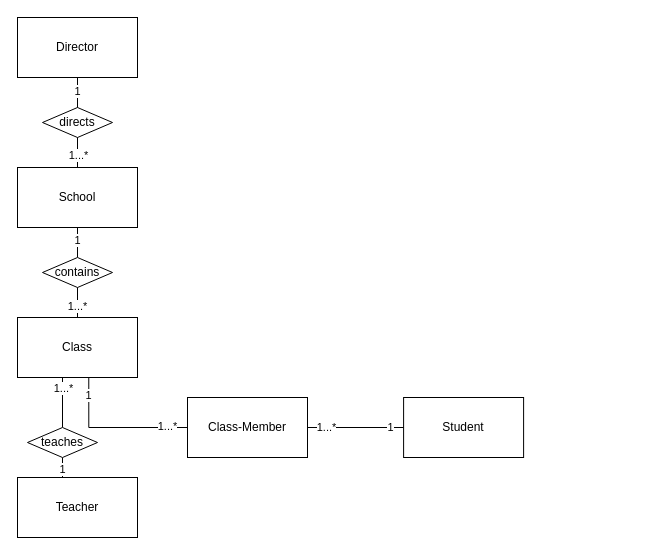
The draw.io diagram school-modules/m153/preparation/school-db/school-erm.drawio in lazarpe/technische-berufsschule-zurich, before the edit. Source tidied: cells renumbered, new cells numbered last; positions are measured from the earlier drawing's top-left corner, leaving out a move shared by most shapes. Both pictures are drawn from the tidied source at 100%, with x=0, y=0 at pixel (17, 17).
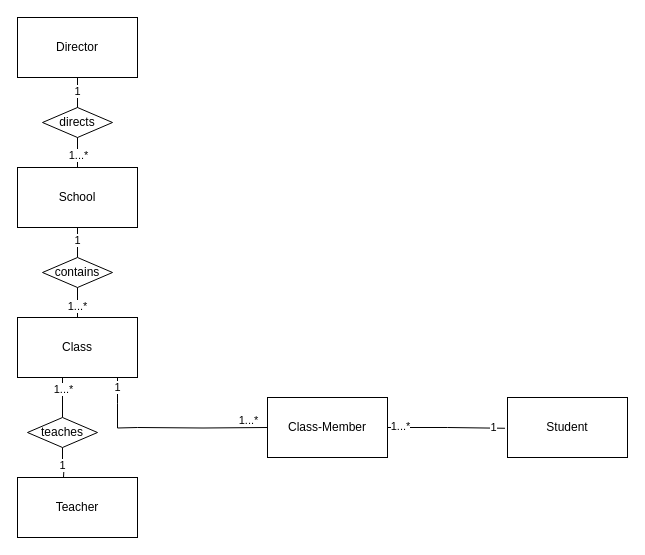
The same page after the edit.

Unchanged cells that the change refers to:
```xml
<mxCell id="4" value="Class" style="rounded=0;whiteSpace=wrap;html=1;" parent="1" vertex="1">
  <mxGeometry y="300" width="120" height="60" as="geometry" />
</mxCell>
<mxCell id="5" style="edgeStyle=orthogonalEdgeStyle;rounded=0;jettySize=auto;html=1;endArrow=none;endFill=0;entryX=0.25;entryY=1;entryDx=0;entryDy=0;startArrow=none;" parent="1" edge="1" source="25" target="4">
  <mxGeometry relative="1" as="geometry">
    <Array as="points">
      <mxPoint x="45" y="360" />
    </Array>
  </mxGeometry>
</mxCell>
```

What changed in the source:
```diff
@@
     <mxCell id="6" value="1...*" style="edgeLabel;html=1;align=center;verticalAlign=middle;" parent="5" vertex="1">
-      <mxGeometry x="0.23" relative="1" as="geometry" />
+      <mxGeometry x="0.23" relative="1" as="geometry">
+        <mxPoint y="5" as="offset" />
+      </mxGeometry>
     </mxCell>
@@
     <mxCell id="8" value="Student" style="rounded=0;whiteSpace=wrap;html=1;" parent="1" vertex="1">
-      <mxGeometry x="386.1" y="380" width="120" height="60" as="geometry" />
+      <mxGeometry x="490" y="380" width="120" height="60" as="geometry" />
     </mxCell>
@@
-    <mxCell id="18" style="edgeStyle=orthogonalEdgeStyle;rounded=0;jettySize=auto;html=1;endArrow=none;endFill=0;entryX=0.594;entryY=1.008;entryDx=0;entryDy=0;entryPerimeter=0;" parent="1" edge="1" source="8" target="4">
+    <mxCell id="18" style="edgeStyle=orthogonalEdgeStyle;rounded=0;orthogonalLoop=1;jettySize=auto;html=1;endArrow=none;endFill=0;entryX=0.594;entryY=1.008;entryDx=0;entryDy=0;entryPerimeter=0;startArrow=none;" parent="1" edge="1">
       <mxGeometry relative="1" as="geometry">
-        <Array as="points">
-          <mxPoint x="71" y="410" />
-        </Array>
+        <mxPoint x="120" y="410" as="sourcePoint" />
+        <mxPoint x="100" y="360.5" as="targetPoint" />
       </mxGeometry>
     </mxCell>
     <mxCell id="19" value="1" style="edgeLabel;html=1;align=center;verticalAlign=middle;" parent="18" vertex="1">
       <mxGeometry x="0.89" relative="1" as="geometry">
-        <mxPoint x="-1" y="-3" as="offset" />
+        <mxPoint x="-1" y="5" as="offset" />
       </mxGeometry>
     </mxCell>
-    <mxCell id="20" value="1" style="edgeLabel;html=1;align=center;verticalAlign=middle;" parent="18" vertex="1">
-      <mxGeometry x="-0.81" relative="1" as="geometry">
-        <mxPoint x="21" y="-1" as="offset" />
-      </mxGeometry>
-    </mxCell>
-    <mxCell id="21" value="1...*" style="edgeLabel;html=1;align=center;verticalAlign=middle;" parent="18" vertex="1">
-      <mxGeometry x="-0.53" y="-2" relative="1" as="geometry">
-        <mxPoint x="8" y="1" as="offset" />
-      </mxGeometry>
-    </mxCell>
     <mxCell id="22" value="1...*" style="edgeLabel;html=1;align=center;verticalAlign=middle;" parent="18" vertex="1">
       <mxGeometry x="0.33" y="-2" relative="1" as="geometry">
-        <mxPoint x="5" as="offset" />
+        <mxPoint x="128" y="19" as="offset" />
       </mxGeometry>
     </mxCell>
@@
     <mxCell id="25" value="teaches" style="rhombus;whiteSpace=wrap;html=1;" parent="1" vertex="1">
-      <mxGeometry x="10" y="410" width="70" height="30" as="geometry" />
+      <mxGeometry x="10" y="400" width="70" height="30" as="geometry" />
     </mxCell>
+    <mxCell id="27" style="edgeStyle=orthogonalEdgeStyle;rounded=0;jettySize=auto;html=1;entryX=-0.021;entryY=0.513;entryDx=0;entryDy=0;entryPerimeter=0;endArrow=none;endFill=0;" parent="1" edge="1" source="26" target="8">
+      <mxGeometry relative="1" as="geometry" />
+    </mxCell>
+    <mxCell id="20" value="1" style="edgeLabel;html=1;align=center;verticalAlign=middle;" parent="27" vertex="1">
+      <mxGeometry x="0.8" y="1" relative="1" as="geometry" />
+    </mxCell>
+    <mxCell id="21" value="1...*" style="edgeLabel;html=1;align=center;verticalAlign=middle;" parent="27" vertex="1">
+      <mxGeometry x="-0.79" y="2" relative="1" as="geometry" />
+    </mxCell>
     <mxCell id="26" value="Class-Member" style="rounded=0;whiteSpace=wrap;html=1;" parent="1" vertex="1">
-      <mxGeometry x="170" y="380" width="120" height="60" as="geometry" />
+      <mxGeometry x="250" y="380" width="120" height="60" as="geometry" />
     </mxCell>
+    <mxCell id="28" style="edgeStyle=orthogonalEdgeStyle;rounded=0;jettySize=auto;html=1;entryX=0;entryY=0.5;entryDx=0;entryDy=0;endArrow=none;endFill=0;" parent="1" edge="1" target="26">
+      <mxGeometry relative="1" as="geometry">
+        <mxPoint x="120" y="410" as="sourcePoint" />
+      </mxGeometry>
+    </mxCell>
```
